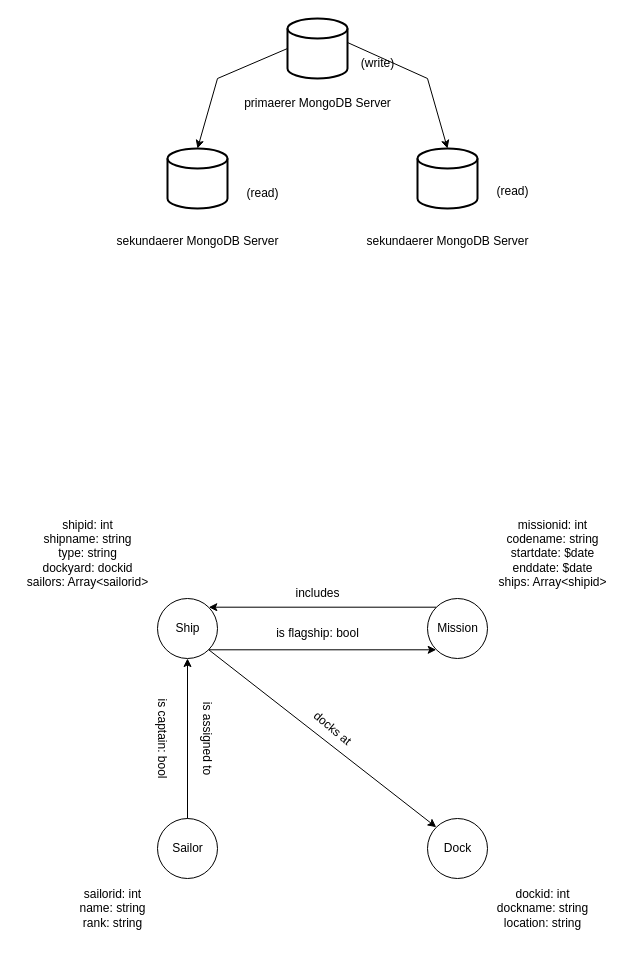
Before: kn07/model.drawio in Helmuth-von-Moltke/m165, a draw.io diagram. Source tidied: cells renumbered, new cells numbered last; positions are measured from the earlier drawing's top-left corner, leaving out a move shared by most shapes. Both pictures are drawn from the tidied source at 100%, with x=0, y=0 at pixel (17, 18).
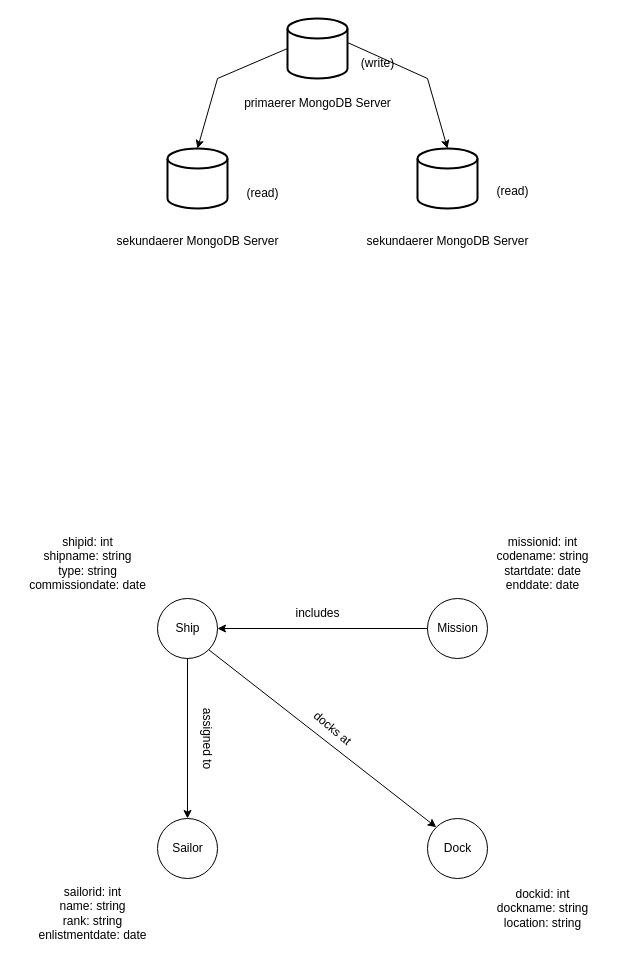
Above is the later version.

The change refers to these unchanged cells:
```xml
<mxCell id="13" style="verticalLabelPosition=bottom;verticalAlign=top;html=1;shape=mxgraph.flowchart.on-page_reference;" parent="1" vertex="1">
  <mxGeometry x="140" y="580" width="60" height="60" as="geometry" />
</mxCell>
<mxCell id="15" style="verticalLabelPosition=bottom;verticalAlign=top;html=1;shape=mxgraph.flowchart.on-page_reference;" parent="1" vertex="1">
  <mxGeometry x="410" y="580" width="60" height="60" as="geometry" />
</mxCell>
<mxCell id="17" style="verticalLabelPosition=bottom;verticalAlign=top;html=1;shape=mxgraph.flowchart.on-page_reference;" parent="1" vertex="1">
  <mxGeometry x="140" y="800" width="60" height="60" as="geometry" />
</mxCell>
```

What changed in the source:
```diff
@@
-    <mxCell id="21" style="endArrow=classic;html=1;rounded=0;exitX=0.145;exitY=0.145;exitDx=0;exitDy=0;exitPerimeter=0;entryX=0.855;entryY=0.145;entryDx=0;entryDy=0;entryPerimeter=0;" parent="1" edge="1" source="15" target="13">
+    <mxCell id="21" style="endArrow=classic;html=1;rounded=0;exitX=0;exitY=0.5;exitDx=0;exitDy=0;exitPerimeter=0;entryX=1;entryY=0.5;entryDx=0;entryDy=0;entryPerimeter=0;" parent="1" edge="1" source="15" target="13">
       <mxGeometry relative="1" as="geometry" />
     </mxCell>
     <mxCell id="22" value="includes" style="text;html=1;align=center;verticalAlign=middle;strokeColor=none;fillColor=none;" parent="1" vertex="1">
-      <mxGeometry x="265" y="560" width="70" height="30" as="geometry" />
+      <mxGeometry x="265" y="580" width="70" height="30" as="geometry" />
     </mxCell>
@@
-    <mxCell id="25" style="endArrow=classic;html=1;rounded=0;exitX=0.5;exitY=0;exitDx=0;exitDy=0;exitPerimeter=0;entryX=0.5;entryY=1;entryDx=0;entryDy=0;entryPerimeter=0;" parent="1" edge="1" source="17" target="13">
+    <mxCell id="25" style="endArrow=classic;html=1;rounded=0;entryX=0.5;entryY=0;entryDx=0;entryDy=0;entryPerimeter=0;exitX=0.5;exitY=1;exitDx=0;exitDy=0;exitPerimeter=0;" parent="1" edge="1" source="13" target="17">
       <mxGeometry relative="1" as="geometry" />
     </mxCell>
-    <mxCell id="26" value="is assigned to " style="text;html=1;align=center;verticalAlign=middle;strokeColor=none;fillColor=none;rotation=90;" parent="1" vertex="1">
-      <mxGeometry x="140" y="705" width="100" height="30" as="geometry" />
+    <mxCell id="26" value="assigned to " style="text;html=1;align=center;verticalAlign=middle;strokeColor=none;fillColor=none;rotation=90;" parent="1" vertex="1">
+      <mxGeometry x="150" y="705" width="80" height="30" as="geometry" />
     </mxCell>
-    <mxCell id="27" value="&lt;div&gt;shipid: int&lt;br&gt;&lt;/div&gt;&lt;div&gt;shipname: string&lt;/div&gt;&lt;div&gt;type: string&lt;/div&gt;&lt;div&gt;dockyard: dockid&lt;/div&gt;&lt;div&gt;sailors: Array&amp;lt;sailorid&amp;gt;&lt;br&gt;&lt;/div&gt;" style="text;html=1;align=center;verticalAlign=middle;strokeColor=none;fillColor=none;" parent="1" vertex="1">
-      <mxGeometry y="490" width="140" height="90" as="geometry" />
+    <mxCell id="27" value="&lt;div&gt;shipid: int&lt;br&gt;&lt;/div&gt;&lt;div&gt;shipname: string&lt;/div&gt;&lt;div&gt;type: string&lt;/div&gt;commissiondate: date" style="text;html=1;align=center;verticalAlign=middle;strokeColor=none;fillColor=none;" parent="1" vertex="1">
+      <mxGeometry y="510" width="140" height="70" as="geometry" />
     </mxCell>
-    <mxCell id="28" value="&lt;div&gt;missionid: int&lt;/div&gt;&lt;div&gt;codename: string&lt;/div&gt;&lt;div&gt;startdate: $date&lt;/div&gt;&lt;div&gt;enddate: $date&lt;/div&gt;&lt;div&gt;ships: Array&amp;lt;shipid&amp;gt;&lt;br&gt;&lt;/div&gt;" style="text;html=1;align=center;verticalAlign=middle;strokeColor=none;fillColor=none;" parent="1" vertex="1">
-      <mxGeometry x="470" y="490" width="130" height="90" as="geometry" />
+    <mxCell id="28" value="&lt;div&gt;missionid: int&lt;/div&gt;&lt;div&gt;codename: string&lt;/div&gt;&lt;div&gt;startdate: date&lt;/div&gt;&lt;div&gt;enddate: date&lt;/div&gt;" style="text;html=1;align=center;verticalAlign=middle;strokeColor=none;fillColor=none;" parent="1" vertex="1">
+      <mxGeometry x="470" y="510" width="110" height="70" as="geometry" />
     </mxCell>
@@
-    <mxCell id="30" value="&lt;div&gt;sailorid: int&lt;br&gt;&lt;/div&gt;&lt;div&gt;name: string&lt;/div&gt;&lt;div&gt;rank: string&lt;br&gt;&lt;/div&gt;" style="text;html=1;align=center;verticalAlign=middle;strokeColor=none;fillColor=none;" parent="1" vertex="1">
-      <mxGeometry x="50" y="860" width="90" height="60" as="geometry" />
+    <mxCell id="30" value="&lt;div&gt;sailorid: int&lt;br&gt;&lt;/div&gt;&lt;div&gt;name: string&lt;/div&gt;&lt;div&gt;rank: string&lt;/div&gt;&lt;div&gt;enlistmentdate: date&lt;br&gt;&lt;/div&gt;" style="text;html=1;align=center;verticalAlign=middle;strokeColor=none;fillColor=none;" parent="1" vertex="1">
+      <mxGeometry x="10" y="860" width="130" height="70" as="geometry" />
     </mxCell>
-    <mxCell id="31" value="is captain: bool" style="text;html=1;align=center;verticalAlign=middle;strokeColor=none;fillColor=none;rotation=90;" parent="1" vertex="1">
-      <mxGeometry x="95" y="705" width="100" height="30" as="geometry" />
-    </mxCell>
-    <mxCell id="32" style="endArrow=classic;html=1;rounded=0;exitX=0.855;exitY=0.855;exitDx=0;exitDy=0;exitPerimeter=0;entryX=0.145;entryY=0.855;entryDx=0;entryDy=0;entryPerimeter=0;" parent="1" edge="1" source="13" target="15">
-      <mxGeometry relative="1" as="geometry" />
-    </mxCell>
-    <mxCell id="33" value="&lt;div&gt;is flagship: bool&lt;/div&gt;" style="text;html=1;align=center;verticalAlign=middle;strokeColor=none;fillColor=none;" parent="1" vertex="1">
-      <mxGeometry x="250" y="600" width="100" height="30" as="geometry" />
-    </mxCell>
```
